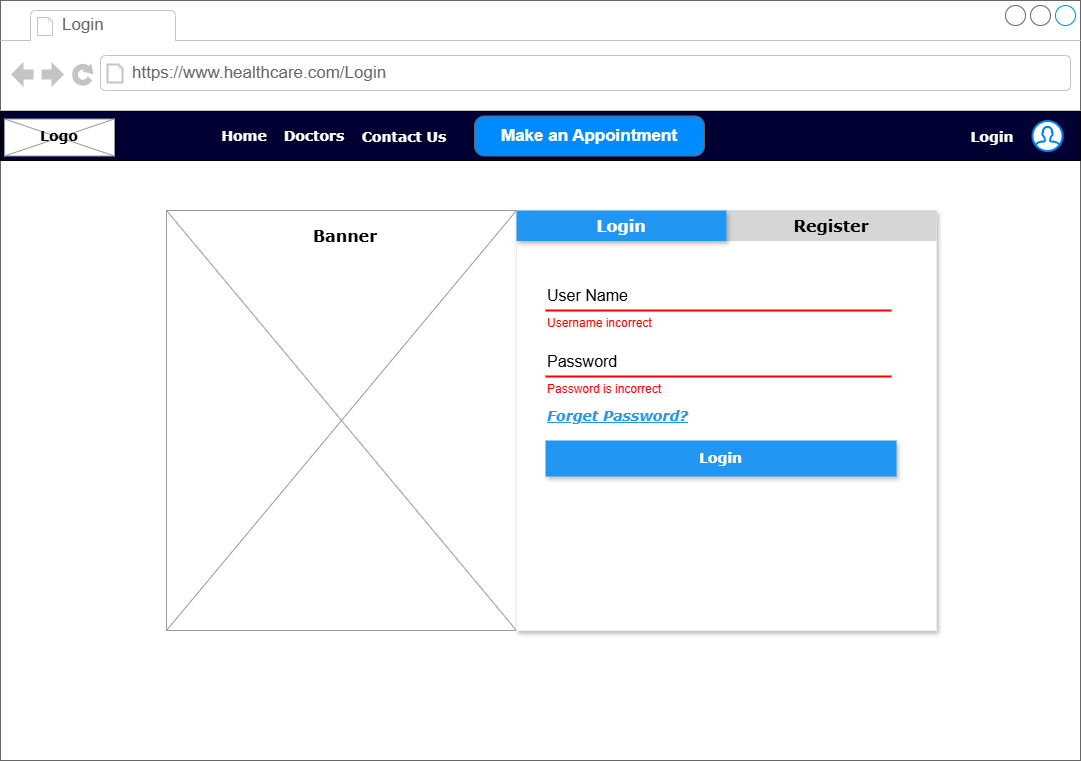
The draw.io diagram Online-Appointment-for-Healthcare-Clinic/02 - Diagrams/WireFrame_1-Login.png in ZohaibWaqarMalik/Technical-Business-Analyst-Projects, before a commit. Source tidied: cells renumbered, new cells last; positions are measured from the earlier drawing's top-left corner, leaving out a move shared by most shapes.
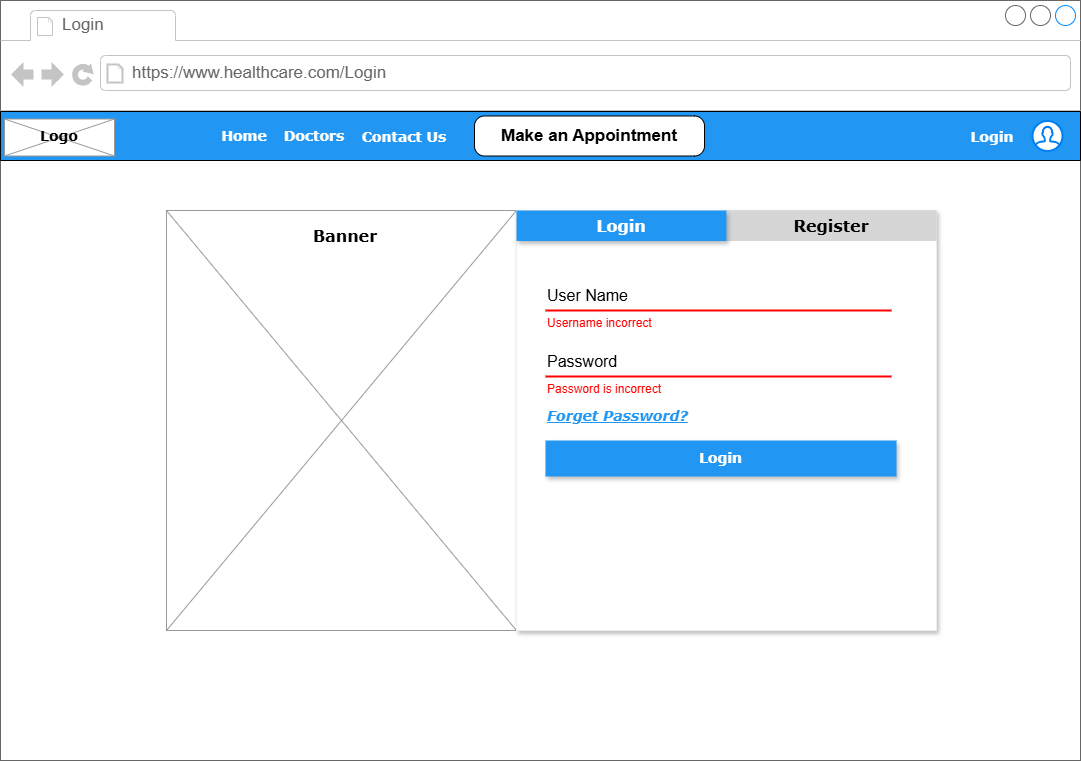
The same diagram one commit later.

Change to the diagram source:
```diff
@@ -50,10 +50,10 @@
     <mxCell id="17" value="&lt;i&gt;&lt;b&gt;&lt;font style=&quot;font-size: 14px;&quot; face=&quot;Verdana&quot;&gt;Forget Password?&lt;/font&gt;&lt;/b&gt;&lt;/i&gt;" style="text;fontSize=16;verticalAlign=middle;strokeColor=none;fillColor=none;whiteSpace=wrap;html=1;fontStyle=4;fontColor=light-dark(#2196F3,#CDCDFF);" parent="7" vertex="1">
       <mxGeometry x="29" y="190" width="346" height="30" as="geometry" />
     </mxCell>
-    <mxCell id="18" style="verticalLabelPosition=bottom;verticalAlign=top;html=1;shape=mxgraph.basic.patternFillRect;fillStyle=solid;step=5;fillStrokeWidth=0.2;fillStrokeColor=#dddddd;fillColor=#000033;" parent="1" vertex="1">
+    <mxCell id="18" style="verticalLabelPosition=bottom;verticalAlign=top;html=1;shape=mxgraph.basic.patternFillRect;fillStyle=solid;step=5;fillStrokeWidth=0.2;fillStrokeColor=#dddddd;fillColor=#2196F3;" parent="1" vertex="1">
       <mxGeometry y="111" width="1080" height="49" as="geometry" />
     </mxCell>
-    <mxCell id="19" value="Make an Appointment" style="strokeWidth=1;shadow=0;dashed=0;align=center;html=1;shape=mxgraph.mockup.buttons.button;strokeColor=#666666;fontColor=#ffffff;mainText=;buttonStyle=round;fontSize=17;fontStyle=1;fillColor=#008cff;whiteSpace=wrap;" parent="1" vertex="1">
+    <mxCell id="19" value="Make an Appointment" style="strokeWidth=1;shadow=0;dashed=0;align=center;html=1;shape=mxgraph.mockup.buttons.button;mainText=;buttonStyle=round;fontSize=17;fontStyle=1;whiteSpace=wrap;" parent="1" vertex="1">
       <mxGeometry x="474" y="115.5" width="230" height="40" as="geometry" />
     </mxCell>
     <mxCell id="20" style="verticalLabelPosition=bottom;shadow=0;dashed=0;align=center;html=1;verticalAlign=top;strokeWidth=1;shape=mxgraph.mockup.graphics.simpleIcon;strokeColor=#999999;" parent="1" vertex="1">
```
